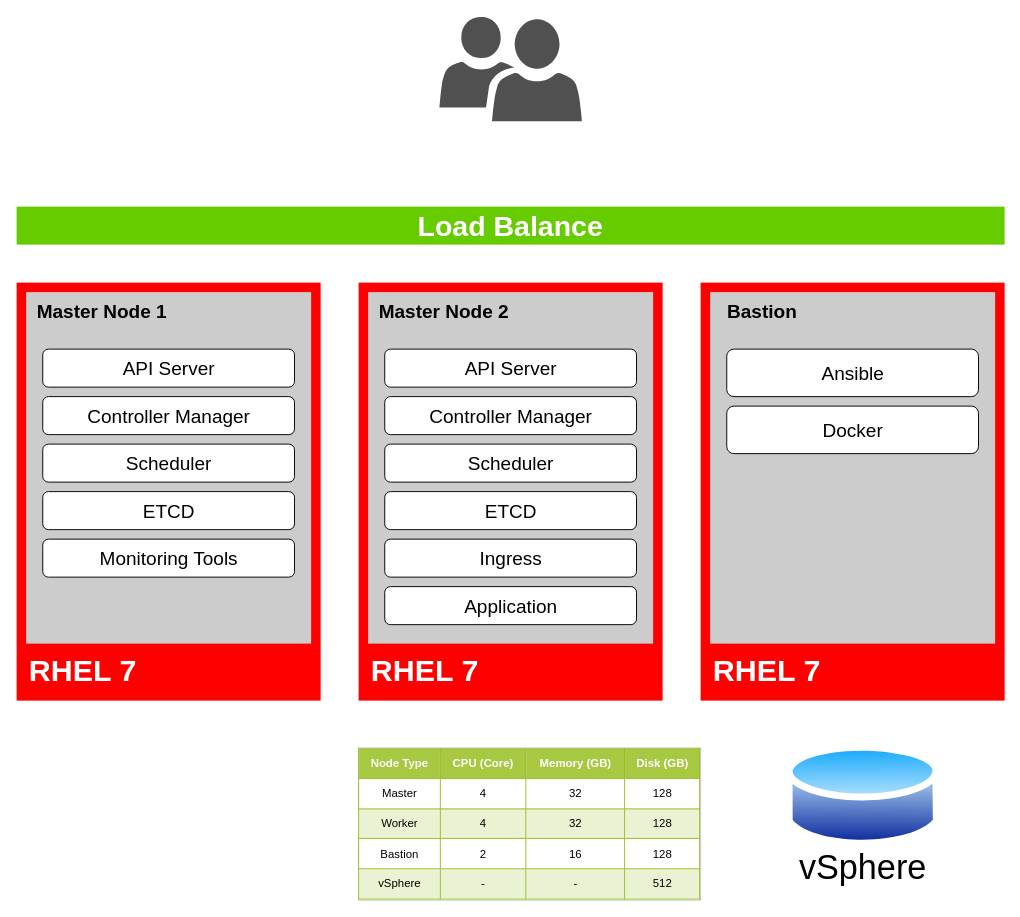
Above: page "non-prod-v2" (3 of 4) of k8s/aycap_on_prem.drawio in joecomscience/architecture_diagram (draw.io), before the change. Source tidied: cells renumbered, new cells numbered last; positions are measured from the earlier drawing's top-left corner, leaving out a move shared by most shapes. Both pictures are drawn from the tidied source at 95%, with x=0, y=0 at pixel (16, 16).
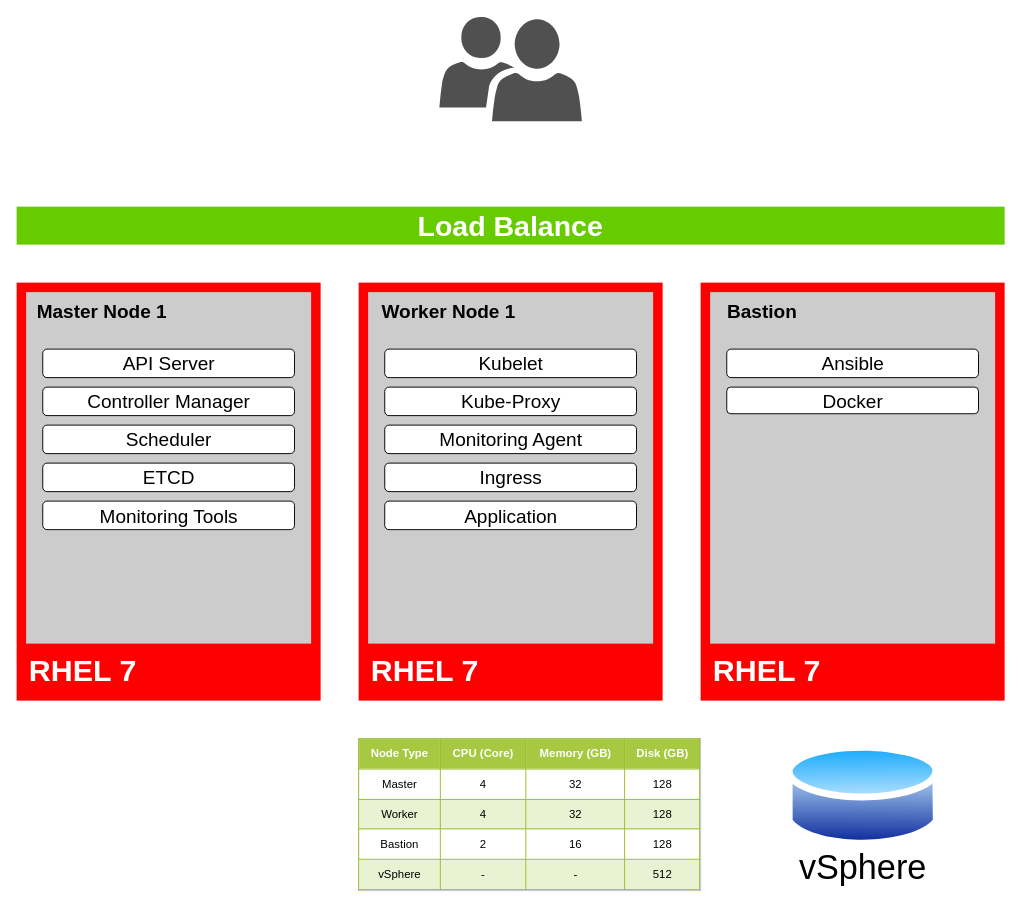
After the change.

Unchanged cells that the change refers to:
```xml
<mxCell id="8" style="group;" parent="1" vertex="1">
  <mxGeometry x="720" y="280" width="320" height="440" as="geometry" />
</mxCell>
```

What changed in the source:
```diff
@@
     <mxCell id="7" value="&lt;table border=&quot;1&quot; width=&quot;100%&quot; cellpadding=&quot;4&quot; style=&quot;width: 100% ; height: 100% ; border-collapse: collapse ; border: 1px solid rgb(152 , 191 , 34)&quot;&gt;&lt;tbody&gt;&lt;tr style=&quot;background-color: rgb(167 , 201 , 66) ; color: rgb(255 , 255 , 255)&quot;&gt;&lt;th&gt;Node Type&lt;/th&gt;&lt;th&gt;CPU (Core)&lt;/th&gt;&lt;th&gt;Memory (GB)&lt;/th&gt;&lt;td&gt;&lt;b&gt;Disk (GB)&lt;/b&gt;&lt;/td&gt;&lt;/tr&gt;&lt;tr&gt;&lt;td&gt;Master&lt;/td&gt;&lt;td&gt;4&lt;/td&gt;&lt;td&gt;32&lt;/td&gt;&lt;td&gt;128&lt;/td&gt;&lt;/tr&gt;&lt;tr style=&quot;background-color: rgb(234 , 242 , 211)&quot;&gt;&lt;td&gt;Worker&lt;/td&gt;&lt;td&gt;4&lt;/td&gt;&lt;td&gt;32&lt;/td&gt;&lt;td&gt;128&lt;/td&gt;&lt;/tr&gt;&lt;tr&gt;&lt;td&gt;Bastion&lt;/td&gt;&lt;td&gt;2&lt;/td&gt;&lt;td&gt;16&lt;/td&gt;&lt;td style=&quot;border-collapse: collapse&quot;&gt;128&lt;/td&gt;&lt;/tr&gt;&lt;tr&gt;&lt;td style=&quot;background-color: rgb(234 , 242 , 212)&quot;&gt;vSphere&lt;br&gt;&lt;/td&gt;&lt;td style=&quot;background-color: rgb(234 , 242 , 212)&quot;&gt;-&lt;/td&gt;&lt;td style=&quot;border-collapse: collapse ; background-color: rgb(234 , 242 , 212)&quot;&gt;-&lt;/td&gt;&lt;td style=&quot;background-color: rgb(234 , 242 , 212)&quot;&gt;512&lt;/td&gt;&lt;/tr&gt;&lt;/tbody&gt;&lt;/table&gt;" style="text;html=1;strokeColor=#c0c0c0;fillColor=#ffffff;overflow=fill;rounded=0;align=center;" parent="1" vertex="1">
-      <mxGeometry x="360" y="770" width="360" height="160" as="geometry" />
+      <mxGeometry x="360" y="760" width="360" height="160" as="geometry" />
     </mxCell>
+    <mxCell id="15" style="group;" parent="1" vertex="1">
+      <mxGeometry y="280" width="320" height="440" as="geometry" />
+    </mxCell>
+    <mxCell id="36" style="rounded=0;whiteSpace=wrap;html=1;strokeColor=none;fillColor=#FF0000;" parent="15" vertex="1">
+      <mxGeometry width="320" height="440" as="geometry" />
+    </mxCell>
+    <mxCell id="37" style="group;" parent="15" vertex="1">
+      <mxGeometry x="10" y="10" width="300" height="414" as="geometry" />
+    </mxCell>
+    <mxCell id="38" style="rounded=0;whiteSpace=wrap;html=1;strokeColor=none;fillColor=#CCCCCC;" parent="37" vertex="1">
+      <mxGeometry width="300" height="370" as="geometry" />
+    </mxCell>
+    <mxCell id="39" value="&lt;b&gt;&lt;font style=&quot;font-size: 32px&quot; color=&quot;#ffffff&quot; face=&quot;Helvetica&quot;&gt;RHEL 7&lt;/font&gt;&lt;/b&gt;" style="text;html=1;strokeColor=none;fillColor=none;align=center;verticalAlign=middle;whiteSpace=wrap;rounded=0;fontFamily=JetBrains Mono;" parent="37" vertex="1">
+      <mxGeometry y="384" width="120" height="30" as="geometry" />
+    </mxCell>
+    <mxCell id="19" value="&lt;font style=&quot;font-size: 20px&quot;&gt;&lt;b&gt;Master Node 1&lt;/b&gt;&lt;/font&gt;" style="text;html=1;strokeColor=none;fillColor=none;align=center;verticalAlign=middle;whiteSpace=wrap;rounded=0;" parent="37" vertex="1">
+      <mxGeometry x="10" y="10" width="140" height="20" as="geometry" />
+    </mxCell>
+    <mxCell id="40" value="&lt;font style=&quot;font-size: 20px&quot;&gt;API Server&lt;/font&gt;" style="rounded=1;whiteSpace=wrap;html=1;fillColor=#FFFFFF;" parent="37" vertex="1">
+      <mxGeometry x="17.5" y="60" width="265" height="30" as="geometry" />
+    </mxCell>
+    <mxCell id="41" value="&lt;font style=&quot;font-size: 20px&quot;&gt;Controller Manager&lt;/font&gt;" style="rounded=1;whiteSpace=wrap;html=1;fillColor=#FFFFFF;" parent="37" vertex="1">
+      <mxGeometry x="17.5" y="100" width="265" height="30" as="geometry" />
+    </mxCell>
+    <mxCell id="42" value="&lt;font style=&quot;font-size: 20px&quot;&gt;Scheduler&lt;/font&gt;" style="rounded=1;whiteSpace=wrap;html=1;fillColor=#FFFFFF;" parent="37" vertex="1">
+      <mxGeometry x="17.5" y="140" width="265" height="30" as="geometry" />
+    </mxCell>
+    <mxCell id="43" value="&lt;font style=&quot;font-size: 20px&quot;&gt;ETCD&lt;/font&gt;" style="rounded=1;whiteSpace=wrap;html=1;fillColor=#FFFFFF;" parent="37" vertex="1">
+      <mxGeometry x="17.5" y="180" width="265" height="30" as="geometry" />
+    </mxCell>
+    <mxCell id="24" value="&lt;font style=&quot;font-size: 20px&quot;&gt;Monitoring Tools&lt;/font&gt;" style="rounded=1;whiteSpace=wrap;html=1;fillColor=#FFFFFF;" parent="37" vertex="1">
+      <mxGeometry x="17.5" y="220" width="265" height="30" as="geometry" />
+    </mxCell>
+    <mxCell id="25" style="group;" parent="1" vertex="1">
+      <mxGeometry x="360" y="280" width="320" height="440" as="geometry" />
+    </mxCell>
+    <mxCell id="44" style="rounded=0;whiteSpace=wrap;html=1;strokeColor=none;fillColor=#FF0000;" parent="25" vertex="1">
+      <mxGeometry width="320" height="440" as="geometry" />
+    </mxCell>
+    <mxCell id="45" style="rounded=0;whiteSpace=wrap;html=1;strokeColor=none;fillColor=#CCCCCC;" parent="25" vertex="1">
+      <mxGeometry x="10" y="10" width="300" height="370" as="geometry" />
+    </mxCell>
+    <mxCell id="46" value="&lt;b&gt;&lt;font style=&quot;font-size: 32px&quot; color=&quot;#ffffff&quot; face=&quot;Helvetica&quot;&gt;RHEL 7&lt;/font&gt;&lt;/b&gt;" style="text;html=1;strokeColor=none;fillColor=none;align=center;verticalAlign=middle;whiteSpace=wrap;rounded=0;fontFamily=JetBrains Mono;" parent="25" vertex="1">
+      <mxGeometry x="10" y="394" width="120" height="30" as="geometry" />
+    </mxCell>
+    <mxCell id="47" value="&lt;font style=&quot;font-size: 20px&quot;&gt;&lt;b&gt;Worker Node 1&lt;/b&gt;&lt;/font&gt;" style="text;html=1;strokeColor=none;fillColor=none;align=center;verticalAlign=middle;whiteSpace=wrap;rounded=0;" parent="25" vertex="1">
+      <mxGeometry x="20" y="20" width="150" height="20" as="geometry" />
+    </mxCell>
+    <mxCell id="48" value="&lt;font style=&quot;font-size: 20px&quot;&gt;Kubelet&lt;/font&gt;" style="rounded=1;whiteSpace=wrap;html=1;fillColor=#FFFFFF;" parent="25" vertex="1">
+      <mxGeometry x="27.5" y="70" width="265" height="30" as="geometry" />
+    </mxCell>
+    <mxCell id="49" value="&lt;font style=&quot;font-size: 20px&quot;&gt;Kube-Proxy&lt;/font&gt;" style="rounded=1;whiteSpace=wrap;html=1;fillColor=#FFFFFF;" parent="25" vertex="1">
+      <mxGeometry x="27.5" y="110" width="265" height="30" as="geometry" />
+    </mxCell>
+    <mxCell id="50" value="&lt;font style=&quot;font-size: 20px&quot;&gt;Monitoring Agent&lt;/font&gt;" style="rounded=1;whiteSpace=wrap;html=1;fillColor=#FFFFFF;" parent="25" vertex="1">
+      <mxGeometry x="27.5" y="150" width="265" height="30" as="geometry" />
+    </mxCell>
+    <mxCell id="34" value="&lt;font style=&quot;font-size: 20px&quot;&gt;Ingress&lt;/font&gt;" style="rounded=1;whiteSpace=wrap;html=1;fillColor=#FFFFFF;" parent="25" vertex="1">
+      <mxGeometry x="27.5" y="190" width="265" height="30" as="geometry" />
+    </mxCell>
+    <mxCell id="35" value="&lt;font style=&quot;font-size: 20px&quot;&gt;Application&lt;/font&gt;" style="rounded=1;whiteSpace=wrap;html=1;fillColor=#FFFFFF;" parent="25" vertex="1">
+      <mxGeometry x="27.5" y="230" width="265" height="30" as="geometry" />
+    </mxCell>
@@
-    <mxCell id="9" style="rounded=0;whiteSpace=wrap;html=1;strokeColor=none;fillColor=#FF0000;" parent="8" vertex="1">
-      <mxGeometry width="320" height="440" as="geometry" />
-    </mxCell>
-    <mxCell id="10" style="rounded=0;whiteSpace=wrap;html=1;strokeColor=none;fillColor=#CCCCCC;" parent="8" vertex="1">
-      <mxGeometry x="10" y="10" width="300" height="370" as="geometry" />
-    </mxCell>
-    <mxCell id="11" value="&lt;b&gt;&lt;font style=&quot;font-size: 32px&quot; color=&quot;#ffffff&quot; face=&quot;Helvetica&quot;&gt;RHEL 7&lt;/font&gt;&lt;/b&gt;" style="text;html=1;strokeColor=none;fillColor=none;align=center;verticalAlign=middle;whiteSpace=wrap;rounded=0;fontFamily=JetBrains Mono;" parent="8" vertex="1">
-      <mxGeometry x="10" y="394" width="120" height="30" as="geometry" />
-    </mxCell>
+    <mxCell id="51" style="rounded=0;whiteSpace=wrap;html=1;strokeColor=none;fillColor=#FF0000;" parent="8" vertex="1">
+      <mxGeometry width="320" height="440" as="geometry" />
+    </mxCell>
+    <mxCell id="52" style="rounded=0;whiteSpace=wrap;html=1;strokeColor=none;fillColor=#CCCCCC;" parent="8" vertex="1">
+      <mxGeometry x="10" y="10" width="300" height="370" as="geometry" />
+    </mxCell>
+    <mxCell id="53" value="&lt;b&gt;&lt;font style=&quot;font-size: 32px&quot; color=&quot;#ffffff&quot; face=&quot;Helvetica&quot;&gt;RHEL 7&lt;/font&gt;&lt;/b&gt;" style="text;html=1;strokeColor=none;fillColor=none;align=center;verticalAlign=middle;whiteSpace=wrap;rounded=0;fontFamily=JetBrains Mono;" parent="8" vertex="1">
+      <mxGeometry x="10" y="394" width="120" height="30" as="geometry" />
+    </mxCell>
@@
     <mxCell id="13" value="&lt;font style=&quot;font-size: 20px&quot;&gt;Ansible&lt;/font&gt;" style="rounded=1;whiteSpace=wrap;html=1;fillColor=#FFFFFF;" parent="8" vertex="1">
-      <mxGeometry x="27.5" y="70" width="265" height="50" as="geometry" />
+      <mxGeometry x="27.5" y="70" width="265" height="30" as="geometry" />
     </mxCell>
     <mxCell id="14" value="&lt;font style=&quot;font-size: 20px&quot;&gt;Docker&lt;/font&gt;" style="rounded=1;whiteSpace=wrap;html=1;fillColor=#FFFFFF;" parent="8" vertex="1">
-      <mxGeometry x="27.5" y="130" width="265" height="50" as="geometry" />
+      <mxGeometry x="27.5" y="110" width="265" height="28" as="geometry" />
     </mxCell>
-    <mxCell id="15" style="group;" parent="1" vertex="1">
-      <mxGeometry y="280" width="320" height="440" as="geometry" />
-    </mxCell>
-    <mxCell id="16" style="rounded=0;whiteSpace=wrap;html=1;strokeColor=none;fillColor=#FF0000;" parent="15" vertex="1">
-      <mxGeometry width="320" height="440" as="geometry" />
-    </mxCell>
-    <mxCell id="17" style="rounded=0;whiteSpace=wrap;html=1;strokeColor=none;fillColor=#CCCCCC;" parent="15" vertex="1">
-      <mxGeometry x="10" y="10" width="300" height="370" as="geometry" />
-    </mxCell>
-    <mxCell id="18" value="&lt;b&gt;&lt;font style=&quot;font-size: 32px&quot; color=&quot;#ffffff&quot; face=&quot;Helvetica&quot;&gt;RHEL 7&lt;/font&gt;&lt;/b&gt;" style="text;html=1;strokeColor=none;fillColor=none;align=center;verticalAlign=middle;whiteSpace=wrap;rounded=0;fontFamily=JetBrains Mono;" parent="15" vertex="1">
-      <mxGeometry x="10" y="394" width="120" height="30" as="geometry" />
-    </mxCell>
-    <mxCell id="19" value="&lt;font style=&quot;font-size: 20px&quot;&gt;&lt;b&gt;Master Node 1&lt;/b&gt;&lt;/font&gt;" style="text;html=1;strokeColor=none;fillColor=none;align=center;verticalAlign=middle;whiteSpace=wrap;rounded=0;" parent="15" vertex="1">
-      <mxGeometry x="20" y="20" width="140" height="20" as="geometry" />
-    </mxCell>
-    <mxCell id="20" value="&lt;font style=&quot;font-size: 20px&quot;&gt;API Server&lt;/font&gt;" style="rounded=1;whiteSpace=wrap;html=1;fillColor=#FFFFFF;" parent="15" vertex="1">
-      <mxGeometry x="27.5" y="70" width="265" height="40" as="geometry" />
-    </mxCell>
-    <mxCell id="21" value="&lt;font style=&quot;font-size: 20px&quot;&gt;Controller Manager&lt;/font&gt;" style="rounded=1;whiteSpace=wrap;html=1;fillColor=#FFFFFF;" parent="15" vertex="1">
-      <mxGeometry x="27.5" y="120" width="265" height="40" as="geometry" />
-    </mxCell>
-    <mxCell id="22" value="&lt;font style=&quot;font-size: 20px&quot;&gt;Scheduler&lt;/font&gt;" style="rounded=1;whiteSpace=wrap;html=1;fillColor=#FFFFFF;" parent="15" vertex="1">
-      <mxGeometry x="27.5" y="170" width="265" height="40" as="geometry" />
-    </mxCell>
-    <mxCell id="23" value="&lt;font style=&quot;font-size: 20px&quot;&gt;ETCD&lt;/font&gt;" style="rounded=1;whiteSpace=wrap;html=1;fillColor=#FFFFFF;" parent="15" vertex="1">
-      <mxGeometry x="27.5" y="220" width="265" height="40" as="geometry" />
-    </mxCell>
-    <mxCell id="24" value="&lt;font style=&quot;font-size: 20px&quot;&gt;Monitoring Tools&lt;/font&gt;" style="rounded=1;whiteSpace=wrap;html=1;fillColor=#FFFFFF;" parent="15" vertex="1">
-      <mxGeometry x="27.5" y="270" width="265" height="40" as="geometry" />
-    </mxCell>
-    <mxCell id="25" style="group;" parent="1" vertex="1">
-      <mxGeometry x="360" y="280" width="320" height="440" as="geometry" />
-    </mxCell>
-    <mxCell id="26" style="rounded=0;whiteSpace=wrap;html=1;strokeColor=none;fillColor=#FF0000;" parent="25" vertex="1">
-      <mxGeometry width="320" height="440" as="geometry" />
-    </mxCell>
-    <mxCell id="27" style="rounded=0;whiteSpace=wrap;html=1;strokeColor=none;fillColor=#CCCCCC;" parent="25" vertex="1">
-      <mxGeometry x="10" y="10" width="300" height="370" as="geometry" />
-    </mxCell>
-    <mxCell id="28" value="&lt;b&gt;&lt;font style=&quot;font-size: 32px&quot; color=&quot;#ffffff&quot; face=&quot;Helvetica&quot;&gt;RHEL 7&lt;/font&gt;&lt;/b&gt;" style="text;html=1;strokeColor=none;fillColor=none;align=center;verticalAlign=middle;whiteSpace=wrap;rounded=0;fontFamily=JetBrains Mono;" parent="25" vertex="1">
-      <mxGeometry x="10" y="394" width="120" height="30" as="geometry" />
-    </mxCell>
-    <mxCell id="29" value="&lt;font style=&quot;font-size: 20px&quot;&gt;&lt;b&gt;Master Node 2&lt;/b&gt;&lt;/font&gt;" style="text;html=1;strokeColor=none;fillColor=none;align=center;verticalAlign=middle;whiteSpace=wrap;rounded=0;" parent="25" vertex="1">
-      <mxGeometry x="20" y="20" width="140" height="20" as="geometry" />
-    </mxCell>
-    <mxCell id="30" value="&lt;font style=&quot;font-size: 20px&quot;&gt;API Server&lt;/font&gt;" style="rounded=1;whiteSpace=wrap;html=1;fillColor=#FFFFFF;" parent="25" vertex="1">
-      <mxGeometry x="27.5" y="70" width="265" height="40" as="geometry" />
-    </mxCell>
-    <mxCell id="31" value="&lt;font style=&quot;font-size: 20px&quot;&gt;Controller Manager&lt;/font&gt;" style="rounded=1;whiteSpace=wrap;html=1;fillColor=#FFFFFF;" parent="25" vertex="1">
-      <mxGeometry x="27.5" y="120" width="265" height="40" as="geometry" />
-    </mxCell>
-    <mxCell id="32" value="&lt;font style=&quot;font-size: 20px&quot;&gt;Scheduler&lt;/font&gt;" style="rounded=1;whiteSpace=wrap;html=1;fillColor=#FFFFFF;" parent="25" vertex="1">
-      <mxGeometry x="27.5" y="170" width="265" height="40" as="geometry" />
-    </mxCell>
-    <mxCell id="33" value="&lt;font style=&quot;font-size: 20px&quot;&gt;ETCD&lt;/font&gt;" style="rounded=1;whiteSpace=wrap;html=1;fillColor=#FFFFFF;" parent="25" vertex="1">
-      <mxGeometry x="27.5" y="220" width="265" height="40" as="geometry" />
-    </mxCell>
-    <mxCell id="34" value="&lt;font style=&quot;font-size: 20px&quot;&gt;Ingress&lt;/font&gt;" style="rounded=1;whiteSpace=wrap;html=1;fillColor=#FFFFFF;" parent="25" vertex="1">
-      <mxGeometry x="27.5" y="270" width="265" height="40" as="geometry" />
-    </mxCell>
-    <mxCell id="35" value="&lt;font style=&quot;font-size: 20px&quot;&gt;Application&lt;/font&gt;" style="rounded=1;whiteSpace=wrap;html=1;fillColor=#FFFFFF;" parent="25" vertex="1">
-      <mxGeometry x="27.5" y="320" width="265" height="40" as="geometry" />
-    </mxCell>
```
